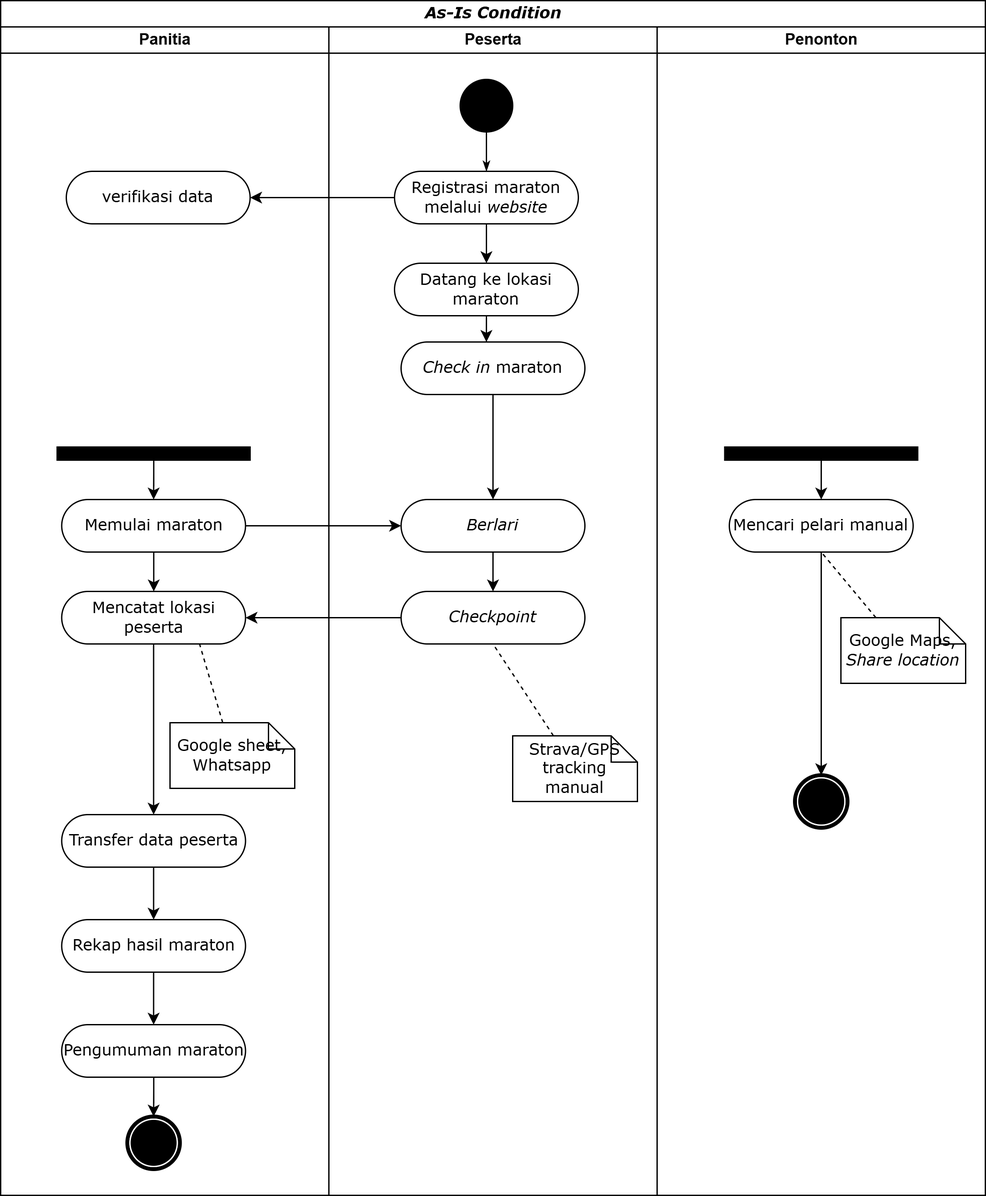
thaliafahira/Tugas-Akhir keeps this draw.io diagram as images/AsIsMarathon.png. Above is the earlier version. Source tidied: cells renumbered, new cells last; positions are measured from the earlier drawing's top-left corner, leaving out a move shared by most shapes.
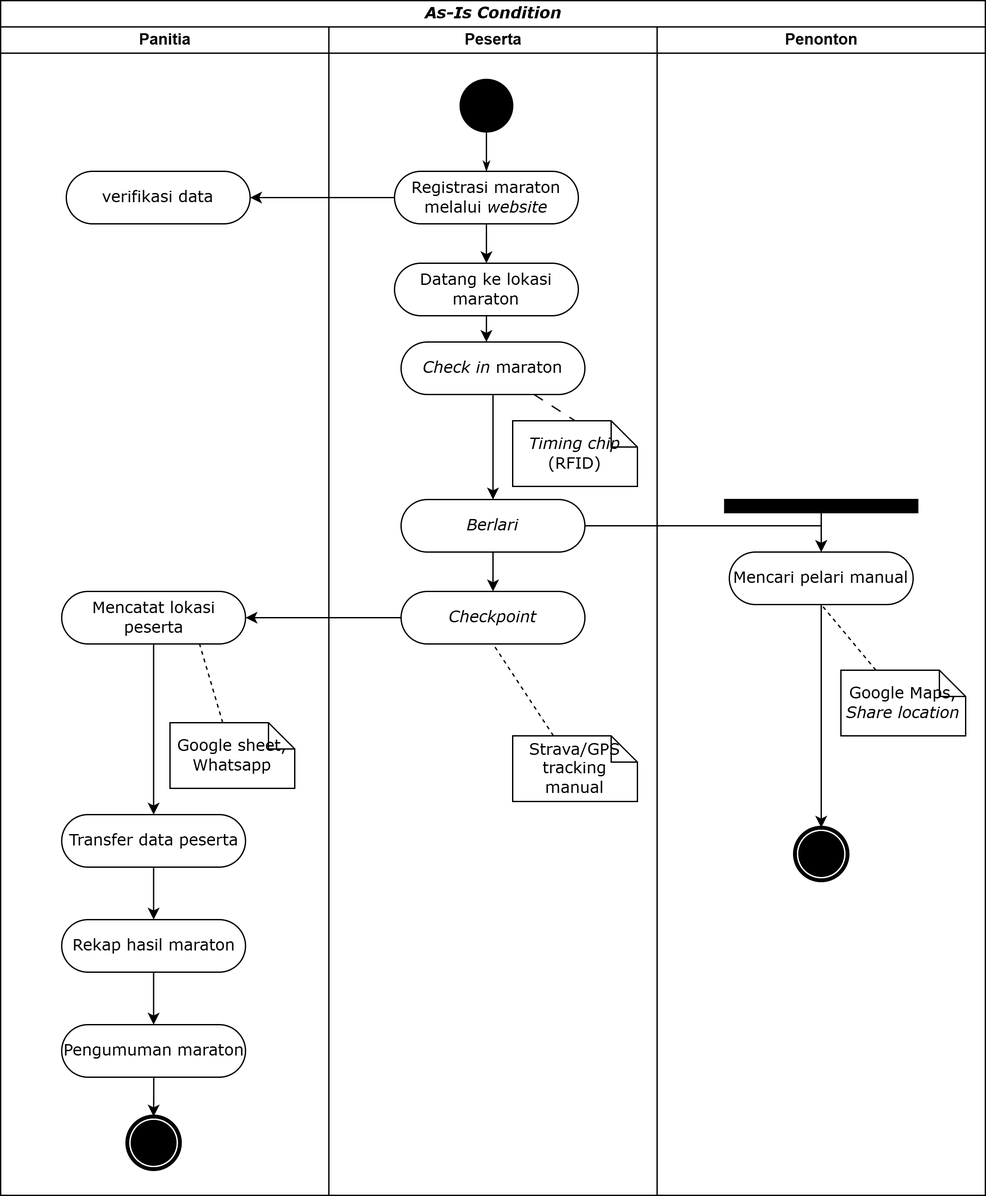
Later version of the same file.

The edit, as a diff of the source:
```diff
@@ -13,7 +13,7 @@
     </mxCell>
-    <mxCell id="5" style="edgeStyle=orthogonalEdgeStyle;rounded=0;jettySize=auto;html=1;entryX=0.5;entryY=0;entryDx=0;entryDy=0;" parent="3" edge="1" source="6" target="17">
+    <mxCell id="5" style="edgeStyle=orthogonalEdgeStyle;rounded=0;jettySize=auto;html=1;entryX=0.5;entryY=0;entryDx=0;entryDy=0;" parent="3" edge="1" source="6" target="8">
       <mxGeometry relative="1" as="geometry" />
     </mxCell>
-    <mxCell id="6" style="whiteSpace=wrap;html=1;rounded=0;shadow=0;comic=0;labelBackgroundColor=none;strokeWidth=1;fillColor=#000000;fontFamily=Verdana;fontSize=12;align=center;rotation=0;" parent="3" vertex="1">
-      <mxGeometry x="43" y="320" width="147" height="10" as="geometry" />
+    <mxCell id="6" value="Mencatat lokasi peserta" style="rounded=1;whiteSpace=wrap;html=1;shadow=0;comic=0;labelBackgroundColor=none;strokeWidth=1;fontFamily=Verdana;fontSize=12;align=center;arcSize=50;" parent="3" vertex="1">
+      <mxGeometry x="46.5" y="430" width="140" height="40" as="geometry" />
     </mxCell>
@@ -22,4 +22,4 @@
     </mxCell>
-    <mxCell id="8" value="Mencatat lokasi peserta" style="rounded=1;whiteSpace=wrap;html=1;shadow=0;comic=0;labelBackgroundColor=none;strokeWidth=1;fontFamily=Verdana;fontSize=12;align=center;arcSize=50;" parent="3" vertex="1">
-      <mxGeometry x="46.5" y="430" width="140" height="40" as="geometry" />
+    <mxCell id="8" value="Transfer data peserta" style="rounded=1;whiteSpace=wrap;html=1;shadow=0;comic=0;labelBackgroundColor=none;strokeWidth=1;fontFamily=Verdana;fontSize=12;align=center;arcSize=50;" parent="3" vertex="1">
+      <mxGeometry x="46.5" y="600" width="140" height="40" as="geometry" />
     </mxCell>
@@ -28,107 +28,101 @@
     </mxCell>
-    <mxCell id="10" value="Transfer data peserta" style="rounded=1;whiteSpace=wrap;html=1;shadow=0;comic=0;labelBackgroundColor=none;strokeWidth=1;fontFamily=Verdana;fontSize=12;align=center;arcSize=50;" parent="3" vertex="1">
-      <mxGeometry x="46.5" y="600" width="140" height="40" as="geometry" />
+    <mxCell id="10" value="Rekap hasil maraton" style="rounded=1;whiteSpace=wrap;html=1;shadow=0;comic=0;labelBackgroundColor=none;strokeWidth=1;fontFamily=Verdana;fontSize=12;align=center;arcSize=50;" parent="3" vertex="1">
+      <mxGeometry x="46.5" y="680" width="140" height="40" as="geometry" />
     </mxCell>
-    <mxCell id="11" style="edgeStyle=orthogonalEdgeStyle;rounded=0;jettySize=auto;html=1;entryX=0.5;entryY=0;entryDx=0;entryDy=0;" parent="3" edge="1" source="12" target="14">
+    <mxCell id="11" style="edgeStyle=orthogonalEdgeStyle;rounded=0;jettySize=auto;html=1;entryX=0.5;entryY=0;entryDx=0;entryDy=0;" parent="3" edge="1" source="12" target="13">
       <mxGeometry relative="1" as="geometry" />
     </mxCell>
-    <mxCell id="12" value="Rekap hasil maraton" style="rounded=1;whiteSpace=wrap;html=1;shadow=0;comic=0;labelBackgroundColor=none;strokeWidth=1;fontFamily=Verdana;fontSize=12;align=center;arcSize=50;" parent="3" vertex="1">
-      <mxGeometry x="46.5" y="680" width="140" height="40" as="geometry" />
+    <mxCell id="12" value="Pengumuman maraton" style="rounded=1;whiteSpace=wrap;html=1;shadow=0;comic=0;labelBackgroundColor=none;strokeWidth=1;fontFamily=Verdana;fontSize=12;align=center;arcSize=50;" parent="3" vertex="1">
+      <mxGeometry x="46.5" y="760" width="140" height="40" as="geometry" />
     </mxCell>
-    <mxCell id="13" style="edgeStyle=orthogonalEdgeStyle;rounded=0;jettySize=auto;html=1;entryX=0.5;entryY=0;entryDx=0;entryDy=0;" parent="3" edge="1" source="14" target="15">
-      <mxGeometry relative="1" as="geometry" />
+    <mxCell id="13" style="shape=mxgraph.bpmn.shape;html=1;verticalLabelPosition=bottom;labelBackgroundColor=#ffffff;verticalAlign=top;perimeter=ellipsePerimeter;outline=end;symbol=terminate;rounded=0;shadow=0;comic=0;strokeWidth=1;fontFamily=Verdana;fontSize=12;align=center;" parent="3" vertex="1">
+      <mxGeometry x="96.5" y="830" width="40" height="40" as="geometry" />
     </mxCell>
-    <mxCell id="14" value="Pengumuman maraton" style="rounded=1;whiteSpace=wrap;html=1;shadow=0;comic=0;labelBackgroundColor=none;strokeWidth=1;fontFamily=Verdana;fontSize=12;align=center;arcSize=50;" parent="3" vertex="1">
-      <mxGeometry x="46.5" y="760" width="140" height="40" as="geometry" />
+    <mxCell id="14" style="rounded=0;jettySize=auto;html=1;entryX=0.75;entryY=1;entryDx=0;entryDy=0;endArrow=none;endFill=0;dashed=1;" parent="3" edge="1" source="15" target="6">
+      <mxGeometry relative="1" as="geometry" />
     </mxCell>
-    <mxCell id="15" style="shape=mxgraph.bpmn.shape;html=1;verticalLabelPosition=bottom;labelBackgroundColor=#ffffff;verticalAlign=top;perimeter=ellipsePerimeter;outline=end;symbol=terminate;rounded=0;shadow=0;comic=0;strokeWidth=1;fontFamily=Verdana;fontSize=12;align=center;" parent="3" vertex="1">
-      <mxGeometry x="96.5" y="830" width="40" height="40" as="geometry" />
+    <mxCell id="15" value="Google sheet, Whatsapp" style="shape=note;whiteSpace=wrap;html=1;rounded=0;shadow=0;comic=0;labelBackgroundColor=none;strokeWidth=1;fontFamily=Verdana;fontSize=12;align=center;size=20;" parent="3" vertex="1">
+      <mxGeometry x="129" y="530" width="95" height="50" as="geometry" />
     </mxCell>
-    <mxCell id="16" style="edgeStyle=orthogonalEdgeStyle;rounded=0;jettySize=auto;html=1;" parent="3" edge="1" source="17" target="8">
-      <mxGeometry relative="1" as="geometry" />
+    <mxCell id="16" value="Peserta" style="swimlane;html=1;startSize=20;" parent="2" vertex="1">
+      <mxGeometry x="250" y="20" width="250" height="890" as="geometry" />
     </mxCell>
-    <mxCell id="17" value="Memulai maraton" style="rounded=1;whiteSpace=wrap;html=1;shadow=0;comic=0;labelBackgroundColor=none;strokeWidth=1;fontFamily=Verdana;fontSize=12;align=center;arcSize=50;" parent="3" vertex="1">
-      <mxGeometry x="46.5" y="360" width="140" height="40" as="geometry" />
+    <mxCell id="17" style="edgeStyle=orthogonalEdgeStyle;rounded=0;html=1;labelBackgroundColor=none;startArrow=none;startFill=0;startSize=5;endArrow=classicThin;endFill=1;endSize=5;jettySize=auto;strokeWidth=1;fontFamily=Verdana;fontSize=12;" parent="16" edge="1" source="18" target="20">
+      <mxGeometry relative="1" as="geometry" />
     </mxCell>
-    <mxCell id="18" style="rounded=0;jettySize=auto;html=1;entryX=0.75;entryY=1;entryDx=0;entryDy=0;endArrow=none;endFill=0;dashed=1;" parent="3" edge="1" source="19" target="8">
-      <mxGeometry relative="1" as="geometry" />
+    <mxCell id="18" style="ellipse;whiteSpace=wrap;html=1;rounded=0;shadow=0;comic=0;labelBackgroundColor=none;strokeWidth=1;fillColor=#000000;fontFamily=Verdana;fontSize=12;align=center;" parent="16" vertex="1">
+      <mxGeometry x="100" y="40" width="40" height="40" as="geometry" />
     </mxCell>
-    <mxCell id="19" value="Google sheet, Whatsapp" style="shape=note;whiteSpace=wrap;html=1;rounded=0;shadow=0;comic=0;labelBackgroundColor=none;strokeWidth=1;fontFamily=Verdana;fontSize=12;align=center;size=20;" parent="3" vertex="1">
-      <mxGeometry x="129" y="530" width="95" height="50" as="geometry" />
+    <mxCell id="19" style="edgeStyle=orthogonalEdgeStyle;rounded=0;jettySize=auto;html=1;entryX=0.5;entryY=0;entryDx=0;entryDy=0;" parent="16" edge="1" source="20" target="21">
+      <mxGeometry relative="1" as="geometry" />
     </mxCell>
-    <mxCell id="20" value="Peserta" style="swimlane;html=1;startSize=20;" parent="2" vertex="1">
-      <mxGeometry x="250" y="20" width="250" height="890" as="geometry" />
+    <mxCell id="20" value="Registrasi maraton melalui&amp;nbsp;&lt;i&gt;website&lt;/i&gt;" style="rounded=1;whiteSpace=wrap;html=1;shadow=0;comic=0;labelBackgroundColor=none;strokeWidth=1;fontFamily=Verdana;fontSize=12;align=center;arcSize=50;" parent="16" vertex="1">
+      <mxGeometry x="50" y="110" width="140" height="40" as="geometry" />
     </mxCell>
-    <mxCell id="21" style="edgeStyle=orthogonalEdgeStyle;rounded=0;html=1;labelBackgroundColor=none;startArrow=none;startFill=0;startSize=5;endArrow=classicThin;endFill=1;endSize=5;jettySize=auto;strokeWidth=1;fontFamily=Verdana;fontSize=12;" parent="20" edge="1" source="22" target="24">
-      <mxGeometry relative="1" as="geometry" />
+    <mxCell id="21" value="Datang ke lokasi maraton" style="rounded=1;whiteSpace=wrap;html=1;shadow=0;comic=0;labelBackgroundColor=none;strokeWidth=1;fontFamily=Verdana;fontSize=12;align=center;arcSize=50;" parent="16" vertex="1">
+      <mxGeometry x="50" y="180" width="140" height="40" as="geometry" />
     </mxCell>
-    <mxCell id="22" style="ellipse;whiteSpace=wrap;html=1;rounded=0;shadow=0;comic=0;labelBackgroundColor=none;strokeWidth=1;fillColor=#000000;fontFamily=Verdana;fontSize=12;align=center;" parent="20" vertex="1">
-      <mxGeometry x="100" y="40" width="40" height="40" as="geometry" />
+    <mxCell id="22" style="edgeStyle=orthogonalEdgeStyle;rounded=0;jettySize=auto;html=1;entryX=0.5;entryY=0;entryDx=0;entryDy=0;" parent="16" edge="1" source="28" target="25">
+      <mxGeometry relative="1" as="geometry" />
     </mxCell>
-    <mxCell id="23" style="edgeStyle=orthogonalEdgeStyle;rounded=0;jettySize=auto;html=1;entryX=0.5;entryY=0;entryDx=0;entryDy=0;" parent="20" edge="1" source="24" target="25">
-      <mxGeometry relative="1" as="geometry" />
+    <mxCell id="23" value="&lt;i&gt;Check in&lt;/i&gt; maraton" style="rounded=1;whiteSpace=wrap;html=1;shadow=0;comic=0;labelBackgroundColor=none;strokeWidth=1;fontFamily=Verdana;fontSize=12;align=center;arcSize=50;" parent="16" vertex="1">
+      <mxGeometry x="55" y="240" width="140" height="40" as="geometry" />
     </mxCell>
-    <mxCell id="24" value="Registrasi maraton melalui&amp;nbsp;&lt;i&gt;website&lt;/i&gt;" style="rounded=1;whiteSpace=wrap;html=1;shadow=0;comic=0;labelBackgroundColor=none;strokeWidth=1;fontFamily=Verdana;fontSize=12;align=center;arcSize=50;" parent="20" vertex="1">
-      <mxGeometry x="50" y="110" width="140" height="40" as="geometry" />
+    <mxCell id="24" style="edgeStyle=orthogonalEdgeStyle;rounded=0;jettySize=auto;html=1;entryX=0.464;entryY=0;entryDx=0;entryDy=0;entryPerimeter=0;" parent="16" edge="1" source="21" target="23">
+      <mxGeometry relative="1" as="geometry" />
     </mxCell>
-    <mxCell id="25" value="Datang ke lokasi maraton" style="rounded=1;whiteSpace=wrap;html=1;shadow=0;comic=0;labelBackgroundColor=none;strokeWidth=1;fontFamily=Verdana;fontSize=12;align=center;arcSize=50;" parent="20" vertex="1">
-      <mxGeometry x="50" y="180" width="140" height="40" as="geometry" />
+    <mxCell id="25" value="&lt;i&gt;Checkpoint&lt;/i&gt;" style="rounded=1;whiteSpace=wrap;html=1;shadow=0;comic=0;labelBackgroundColor=none;strokeWidth=1;fontFamily=Verdana;fontSize=12;align=center;arcSize=50;" parent="16" vertex="1">
+      <mxGeometry x="55" y="430" width="140" height="40" as="geometry" />
     </mxCell>
-    <mxCell id="26" style="edgeStyle=orthogonalEdgeStyle;rounded=0;jettySize=auto;html=1;entryX=0.5;entryY=0;entryDx=0;entryDy=0;" parent="20" edge="1" source="32" target="29">
+    <mxCell id="26" style="rounded=0;jettySize=auto;html=1;entryX=0.5;entryY=1;entryDx=0;entryDy=0;dashed=1;endArrow=none;endFill=0;" parent="16" edge="1" source="27" target="25">
       <mxGeometry relative="1" as="geometry" />
     </mxCell>
-    <mxCell id="27" value="&lt;i&gt;Check in&lt;/i&gt; maraton" style="rounded=1;whiteSpace=wrap;html=1;shadow=0;comic=0;labelBackgroundColor=none;strokeWidth=1;fontFamily=Verdana;fontSize=12;align=center;arcSize=50;" parent="20" vertex="1">
-      <mxGeometry x="55" y="240" width="140" height="40" as="geometry" />
+    <mxCell id="27" value="Strava/GPS tracking manual" style="shape=note;whiteSpace=wrap;html=1;rounded=0;shadow=0;comic=0;labelBackgroundColor=none;strokeWidth=1;fontFamily=Verdana;fontSize=12;align=center;size=20;" parent="16" vertex="1">
+      <mxGeometry x="140" y="540" width="95" height="50" as="geometry" />
     </mxCell>
-    <mxCell id="28" style="edgeStyle=orthogonalEdgeStyle;rounded=0;jettySize=auto;html=1;entryX=0.464;entryY=0;entryDx=0;entryDy=0;entryPerimeter=0;" parent="20" edge="1" source="25" target="27">
-      <mxGeometry relative="1" as="geometry" />
+    <mxCell id="28" value="&lt;i&gt;Berlari&lt;/i&gt;" style="rounded=1;whiteSpace=wrap;html=1;shadow=0;comic=0;labelBackgroundColor=none;strokeWidth=1;fontFamily=Verdana;fontSize=12;align=center;arcSize=50;" parent="16" vertex="1">
+      <mxGeometry x="55" y="360" width="140" height="40" as="geometry" />
     </mxCell>
-    <mxCell id="29" value="&lt;i&gt;Checkpoint&lt;/i&gt;" style="rounded=1;whiteSpace=wrap;html=1;shadow=0;comic=0;labelBackgroundColor=none;strokeWidth=1;fontFamily=Verdana;fontSize=12;align=center;arcSize=50;" parent="20" vertex="1">
-      <mxGeometry x="55" y="430" width="140" height="40" as="geometry" />
+    <mxCell id="29" style="edgeStyle=orthogonalEdgeStyle;rounded=0;jettySize=auto;html=1;entryX=0.5;entryY=0;entryDx=0;entryDy=0;" parent="16" edge="1" source="23" target="28">
+      <mxGeometry relative="1" as="geometry" />
     </mxCell>
-    <mxCell id="30" style="rounded=0;jettySize=auto;html=1;entryX=0.5;entryY=1;entryDx=0;entryDy=0;dashed=1;endArrow=none;endFill=0;" parent="20" edge="1" source="31" target="29">
-      <mxGeometry relative="1" as="geometry" />
+    <mxCell id="30" value="&lt;i&gt;Timing chip&lt;/i&gt; (RFID)" style="shape=note;whiteSpace=wrap;html=1;rounded=0;shadow=0;comic=0;labelBackgroundColor=none;strokeWidth=1;fontFamily=Verdana;fontSize=12;align=center;size=20;" parent="16" vertex="1">
+      <mxGeometry x="140" y="300" width="95" height="50" as="geometry" />
     </mxCell>
-    <mxCell id="31" value="Strava/GPS tracking manual" style="shape=note;whiteSpace=wrap;html=1;rounded=0;shadow=0;comic=0;labelBackgroundColor=none;strokeWidth=1;fontFamily=Verdana;fontSize=12;align=center;size=20;" parent="20" vertex="1">
-      <mxGeometry x="140" y="540" width="95" height="50" as="geometry" />
+    <mxCell id="31" style="rounded=0;jettySize=auto;html=1;entryX=0.5;entryY=0;entryDx=0;entryDy=0;entryPerimeter=0;endArrow=none;endFill=0;dashed=1;dashPattern=8 8;" parent="16" edge="1" source="23" target="30">
+      <mxGeometry relative="1" as="geometry" />
     </mxCell>
-    <mxCell id="32" value="&lt;i&gt;Berlari&lt;/i&gt;" style="rounded=1;whiteSpace=wrap;html=1;shadow=0;comic=0;labelBackgroundColor=none;strokeWidth=1;fontFamily=Verdana;fontSize=12;align=center;arcSize=50;" parent="20" vertex="1">
-      <mxGeometry x="55" y="360" width="140" height="40" as="geometry" />
+    <mxCell id="32" style="edgeStyle=orthogonalEdgeStyle;rounded=0;jettySize=auto;html=1;entryX=1;entryY=0.5;entryDx=0;entryDy=0;" parent="2" edge="1" source="20" target="4">
+      <mxGeometry relative="1" as="geometry" />
     </mxCell>
-    <mxCell id="33" style="edgeStyle=orthogonalEdgeStyle;rounded=0;jettySize=auto;html=1;entryX=0.5;entryY=0;entryDx=0;entryDy=0;" parent="20" edge="1" source="27" target="32">
-      <mxGeometry relative="1" as="geometry" />
+    <mxCell id="33" value="Penonton" style="swimlane;html=1;startSize=20;" parent="2" vertex="1">
+      <mxGeometry x="500" y="20" width="250" height="890" as="geometry" />
     </mxCell>
-    <mxCell id="34" style="edgeStyle=orthogonalEdgeStyle;rounded=0;jettySize=auto;html=1;entryX=1;entryY=0.5;entryDx=0;entryDy=0;" parent="2" edge="1" source="24" target="4">
+    <mxCell id="34" style="edgeStyle=orthogonalEdgeStyle;rounded=0;jettySize=auto;html=1;entryX=0.5;entryY=0;entryDx=0;entryDy=0;" parent="33" edge="1" source="35" target="40">
       <mxGeometry relative="1" as="geometry" />
     </mxCell>
-    <mxCell id="35" value="Penonton" style="swimlane;html=1;startSize=20;" parent="2" vertex="1">
-      <mxGeometry x="500" y="20" width="250" height="890" as="geometry" />
+    <mxCell id="35" value="Mencari pelari manual" style="rounded=1;whiteSpace=wrap;html=1;shadow=0;comic=0;labelBackgroundColor=none;strokeWidth=1;fontFamily=Verdana;fontSize=12;align=center;arcSize=50;" parent="33" vertex="1">
+      <mxGeometry x="55" y="400" width="140" height="40" as="geometry" />
     </mxCell>
-    <mxCell id="36" style="edgeStyle=orthogonalEdgeStyle;rounded=0;jettySize=auto;html=1;entryX=0.5;entryY=0;entryDx=0;entryDy=0;" parent="35" edge="1" source="37" target="42">
-      <mxGeometry relative="1" as="geometry" />
+    <mxCell id="36" style="whiteSpace=wrap;html=1;rounded=0;shadow=0;comic=0;labelBackgroundColor=none;strokeWidth=1;fillColor=#000000;fontFamily=Verdana;fontSize=12;align=center;rotation=0;" parent="33" vertex="1">
+      <mxGeometry x="51.5" y="360" width="147" height="10" as="geometry" />
     </mxCell>
-    <mxCell id="37" value="Mencari pelari manual" style="rounded=1;whiteSpace=wrap;html=1;shadow=0;comic=0;labelBackgroundColor=none;strokeWidth=1;fontFamily=Verdana;fontSize=12;align=center;arcSize=50;" parent="35" vertex="1">
-      <mxGeometry x="55" y="360" width="140" height="40" as="geometry" />
+    <mxCell id="37" style="edgeStyle=orthogonalEdgeStyle;rounded=0;jettySize=auto;html=1;entryX=0.5;entryY=0;entryDx=0;entryDy=0;" parent="33" edge="1" source="36" target="35">
+      <mxGeometry relative="1" as="geometry" />
     </mxCell>
-    <mxCell id="38" style="whiteSpace=wrap;html=1;rounded=0;shadow=0;comic=0;labelBackgroundColor=none;strokeWidth=1;fillColor=#000000;fontFamily=Verdana;fontSize=12;align=center;rotation=0;" parent="35" vertex="1">
-      <mxGeometry x="51.5" y="320" width="147" height="10" as="geometry" />
+    <mxCell id="38" style="rounded=0;jettySize=auto;html=1;entryX=0.5;entryY=1;entryDx=0;entryDy=0;dashed=1;endArrow=none;endFill=0;" parent="33" edge="1" source="39" target="35">
+      <mxGeometry relative="1" as="geometry" />
     </mxCell>
-    <mxCell id="39" style="edgeStyle=orthogonalEdgeStyle;rounded=0;jettySize=auto;html=1;entryX=0.5;entryY=0;entryDx=0;entryDy=0;" parent="35" edge="1" source="38" target="37">
-      <mxGeometry relative="1" as="geometry" />
+    <mxCell id="39" value="Google Maps,&lt;i&gt; Share location&lt;/i&gt;" style="shape=note;whiteSpace=wrap;html=1;rounded=0;shadow=0;comic=0;labelBackgroundColor=none;strokeWidth=1;fontFamily=Verdana;fontSize=12;align=center;size=20;" parent="33" vertex="1">
+      <mxGeometry x="140" y="490" width="95" height="50" as="geometry" />
     </mxCell>
-    <mxCell id="40" style="rounded=0;jettySize=auto;html=1;entryX=0.5;entryY=1;entryDx=0;entryDy=0;dashed=1;endArrow=none;endFill=0;" parent="35" edge="1" source="41" target="37">
-      <mxGeometry relative="1" as="geometry" />
+    <mxCell id="40" style="shape=mxgraph.bpmn.shape;html=1;verticalLabelPosition=bottom;labelBackgroundColor=#ffffff;verticalAlign=top;perimeter=ellipsePerimeter;outline=end;symbol=terminate;rounded=0;shadow=0;comic=0;strokeWidth=1;fontFamily=Verdana;fontSize=12;align=center;" parent="33" vertex="1">
+      <mxGeometry x="105" y="610" width="40" height="40" as="geometry" />
     </mxCell>
-    <mxCell id="41" value="Google Maps,&lt;i&gt; Share location&lt;/i&gt;" style="shape=note;whiteSpace=wrap;html=1;rounded=0;shadow=0;comic=0;labelBackgroundColor=none;strokeWidth=1;fontFamily=Verdana;fontSize=12;align=center;size=20;" parent="35" vertex="1">
-      <mxGeometry x="140" y="450" width="95" height="50" as="geometry" />
+    <mxCell id="41" style="edgeStyle=orthogonalEdgeStyle;rounded=0;jettySize=auto;html=1;entryX=1;entryY=0.5;entryDx=0;entryDy=0;" parent="2" edge="1" source="25" target="6">
+      <mxGeometry relative="1" as="geometry" />
     </mxCell>
-    <mxCell id="42" style="shape=mxgraph.bpmn.shape;html=1;verticalLabelPosition=bottom;labelBackgroundColor=#ffffff;verticalAlign=top;perimeter=ellipsePerimeter;outline=end;symbol=terminate;rounded=0;shadow=0;comic=0;strokeWidth=1;fontFamily=Verdana;fontSize=12;align=center;" parent="35" vertex="1">
-      <mxGeometry x="105" y="570" width="40" height="40" as="geometry" />
+    <mxCell id="42" style="edgeStyle=orthogonalEdgeStyle;rounded=0;jettySize=auto;html=1;entryX=0.5;entryY=0;entryDx=0;entryDy=0;" parent="2" edge="1" source="28" target="35">
+      <mxGeometry relative="1" as="geometry" />
     </mxCell>
-    <mxCell id="43" style="edgeStyle=orthogonalEdgeStyle;rounded=0;jettySize=auto;html=1;entryX=1;entryY=0.5;entryDx=0;entryDy=0;" parent="2" edge="1" source="29" target="8">
-      <mxGeometry relative="1" as="geometry" />
-    </mxCell>
-    <mxCell id="44" style="edgeStyle=orthogonalEdgeStyle;rounded=0;jettySize=auto;html=1;entryX=0;entryY=0.5;entryDx=0;entryDy=0;" parent="2" edge="1" source="17" target="32">
-      <mxGeometry relative="1" as="geometry" />
-    </mxCell>
   </root>
```
